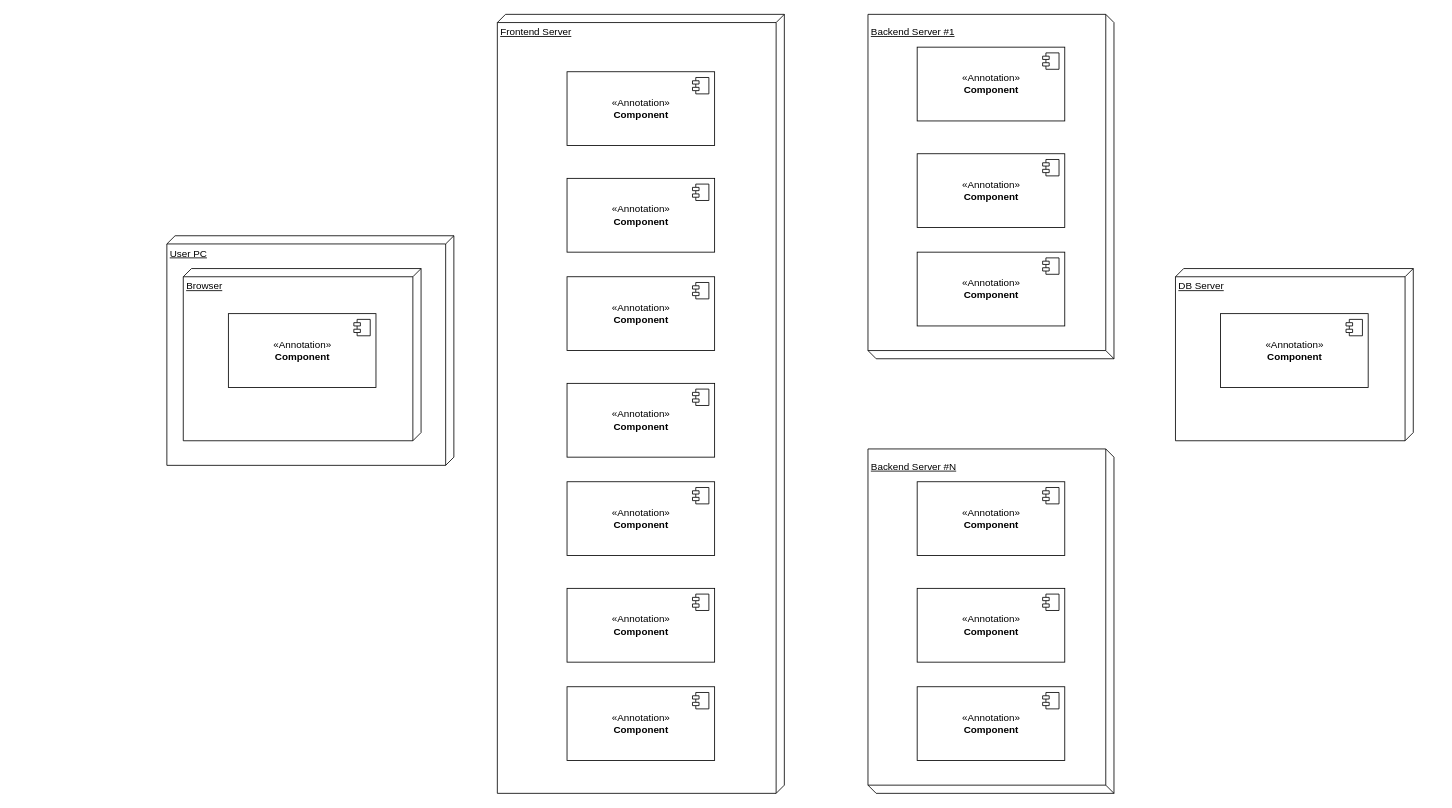
This is Documents/Design/ComponentsAndDeployment/components.drawio from zkud/wannait, a draw.io file, before an edit. Source tidied: cells renumbered, new cells numbered last; positions are measured from the earlier drawing's top-left corner, leaving out a move shared by most shapes. Both pictures are drawn from the tidied source at 82%, with x=0, y=0 at pixel (166, 14).
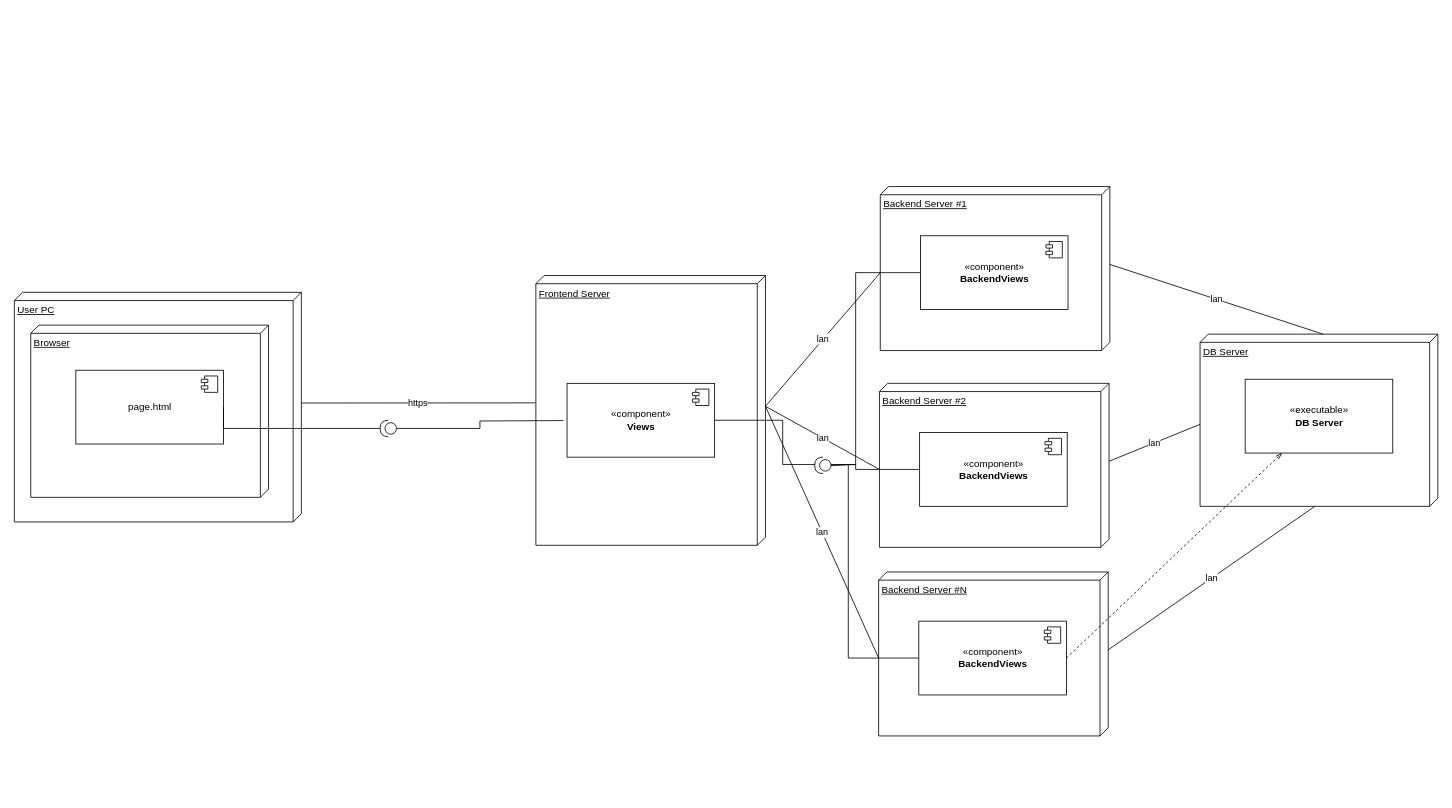
After the change.

Diff of the diagram source:
```diff
@@
-    <mxCell id="2" value="Backend Server #N" style="verticalAlign=top;align=left;spacingTop=8;spacingLeft=2;spacingRight=12;shape=cube;size=10;direction=west;fontStyle=4;html=1;" parent="1" vertex="1">
-      <mxGeometry x="855" y="530" width="300" height="420" as="geometry" />
-    </mxCell>
+    <mxCell id="31" value="Backend Server #1" style="verticalAlign=top;align=left;spacingTop=8;spacingLeft=2;spacingRight=12;shape=cube;size=10;direction=south;fontStyle=4;html=1;" parent="1" vertex="1">
+      <mxGeometry x="870" y="210" width="280" height="200" as="geometry" />
+    </mxCell>
     <mxCell id="3" value="User PC" style="verticalAlign=top;align=left;spacingTop=8;spacingLeft=2;spacingRight=12;shape=cube;size=10;direction=south;fontStyle=4;html=1;" parent="1" vertex="1">
-      <mxGeometry y="270" width="350" height="280" as="geometry" />
+      <mxGeometry x="-186" y="339" width="350" height="280" as="geometry" />
     </mxCell>
     <mxCell id="4" value="Frontend Server" style="verticalAlign=top;align=left;spacingTop=8;spacingLeft=2;spacingRight=12;shape=cube;size=10;direction=south;fontStyle=4;html=1;" parent="1" vertex="1">
-      <mxGeometry x="403" width="350" height="950" as="geometry" />
+      <mxGeometry x="450" y="318.5" width="280" height="329" as="geometry" />
     </mxCell>
     <mxCell id="5" value="Browser" style="verticalAlign=top;align=left;spacingTop=8;spacingLeft=2;spacingRight=12;shape=cube;size=10;direction=south;fontStyle=4;html=1;" parent="1" vertex="1">
-      <mxGeometry x="20" y="310" width="290" height="210" as="geometry" />
+      <mxGeometry x="-166" y="379" width="290" height="210" as="geometry" />
     </mxCell>
-    <mxCell id="6" value="&amp;laquo;Annotation&amp;raquo;&lt;br/&gt;&lt;b&gt;Component&lt;/b&gt;" style="html=1;" parent="1" vertex="1">
-      <mxGeometry x="75" y="365" width="180" height="90" as="geometry" />
+    <mxCell id="6" value="page.html" style="html=1;" parent="1" vertex="1">
+      <mxGeometry x="-111" y="434" width="180" height="90" as="geometry" />
     </mxCell>
@@
-    <mxCell id="8" value="&amp;laquo;Annotation&amp;raquo;&lt;br/&gt;&lt;b&gt;Component&lt;/b&gt;" style="html=1;" parent="1" vertex="1">
-      <mxGeometry x="488" y="70" width="180" height="90" as="geometry" />
+    <mxCell id="8" value="«component»&lt;br&gt;&lt;b&gt;Views&lt;br&gt;&lt;/b&gt;" style="html=1;" parent="1" vertex="1">
+      <mxGeometry x="488" y="450" width="180" height="90" as="geometry" />
     </mxCell>
@@
-    <mxCell id="10" value="&amp;laquo;Annotation&amp;raquo;&lt;br/&gt;&lt;b&gt;Component&lt;/b&gt;" style="html=1;" parent="1" vertex="1">
-      <mxGeometry x="488" y="200" width="180" height="90" as="geometry" />
-    </mxCell>
-    <mxCell id="11" style="shape=component;jettyWidth=8;jettyHeight=4;" parent="10" vertex="1">
-      <mxGeometry x="1" width="20" height="20" relative="1" as="geometry">
-        <mxPoint x="-27" y="7" as="offset" />
-      </mxGeometry>
-    </mxCell>
-    <mxCell id="12" value="&amp;laquo;Annotation&amp;raquo;&lt;br/&gt;&lt;b&gt;Component&lt;/b&gt;" style="html=1;" parent="1" vertex="1">
-      <mxGeometry x="488" y="320" width="180" height="90" as="geometry" />
-    </mxCell>
-    <mxCell id="13" style="shape=component;jettyWidth=8;jettyHeight=4;" parent="12" vertex="1">
-      <mxGeometry x="1" width="20" height="20" relative="1" as="geometry">
-        <mxPoint x="-27" y="7" as="offset" />
-      </mxGeometry>
-    </mxCell>
-    <mxCell id="14" value="&amp;laquo;Annotation&amp;raquo;&lt;br/&gt;&lt;b&gt;Component&lt;/b&gt;" style="html=1;" parent="1" vertex="1">
-      <mxGeometry x="488" y="450" width="180" height="90" as="geometry" />
-    </mxCell>
-    <mxCell id="15" style="shape=component;jettyWidth=8;jettyHeight=4;" parent="14" vertex="1">
-      <mxGeometry x="1" width="20" height="20" relative="1" as="geometry">
-        <mxPoint x="-27" y="7" as="offset" />
-      </mxGeometry>
-    </mxCell>
-    <mxCell id="16" value="&amp;laquo;Annotation&amp;raquo;&lt;br/&gt;&lt;b&gt;Component&lt;/b&gt;" style="html=1;" parent="1" vertex="1">
-      <mxGeometry x="488" y="570" width="180" height="90" as="geometry" />
-    </mxCell>
-    <mxCell id="17" style="shape=component;jettyWidth=8;jettyHeight=4;" parent="16" vertex="1">
-      <mxGeometry x="1" width="20" height="20" relative="1" as="geometry">
-        <mxPoint x="-27" y="7" as="offset" />
-      </mxGeometry>
-    </mxCell>
-    <mxCell id="18" value="&amp;laquo;Annotation&amp;raquo;&lt;br/&gt;&lt;b&gt;Component&lt;/b&gt;" style="html=1;" parent="1" vertex="1">
-      <mxGeometry x="488" y="700" width="180" height="90" as="geometry" />
-    </mxCell>
-    <mxCell id="19" style="shape=component;jettyWidth=8;jettyHeight=4;" parent="18" vertex="1">
-      <mxGeometry x="1" width="20" height="20" relative="1" as="geometry">
-        <mxPoint x="-27" y="7" as="offset" />
-      </mxGeometry>
-    </mxCell>
-    <mxCell id="20" value="&amp;laquo;Annotation&amp;raquo;&lt;br/&gt;&lt;b&gt;Component&lt;/b&gt;" style="html=1;" parent="1" vertex="1">
-      <mxGeometry x="488" y="820" width="180" height="90" as="geometry" />
-    </mxCell>
-    <mxCell id="21" style="shape=component;jettyWidth=8;jettyHeight=4;" parent="20" vertex="1">
-      <mxGeometry x="1" width="20" height="20" relative="1" as="geometry">
-        <mxPoint x="-27" y="7" as="offset" />
-      </mxGeometry>
-    </mxCell>
-    <mxCell id="22" value="&amp;laquo;Annotation&amp;raquo;&lt;br/&gt;&lt;b&gt;Component&lt;/b&gt;" style="html=1;" parent="1" vertex="1">
-      <mxGeometry x="915" y="570" width="180" height="90" as="geometry" />
-    </mxCell>
-    <mxCell id="23" style="shape=component;jettyWidth=8;jettyHeight=4;" parent="22" vertex="1">
-      <mxGeometry x="1" width="20" height="20" relative="1" as="geometry">
-        <mxPoint x="-27" y="7" as="offset" />
-      </mxGeometry>
-    </mxCell>
-    <mxCell id="24" value="&amp;laquo;Annotation&amp;raquo;&lt;br/&gt;&lt;b&gt;Component&lt;/b&gt;" style="html=1;" parent="1" vertex="1">
-      <mxGeometry x="915" y="700" width="180" height="90" as="geometry" />
-    </mxCell>
-    <mxCell id="25" style="shape=component;jettyWidth=8;jettyHeight=4;" parent="24" vertex="1">
-      <mxGeometry x="1" width="20" height="20" relative="1" as="geometry">
-        <mxPoint x="-27" y="7" as="offset" />
-      </mxGeometry>
-    </mxCell>
-    <mxCell id="26" value="&amp;laquo;Annotation&amp;raquo;&lt;br/&gt;&lt;b&gt;Component&lt;/b&gt;" style="html=1;" parent="1" vertex="1">
-      <mxGeometry x="915" y="820" width="180" height="90" as="geometry" />
-    </mxCell>
-    <mxCell id="27" style="shape=component;jettyWidth=8;jettyHeight=4;" parent="26" vertex="1">
-      <mxGeometry x="1" width="20" height="20" relative="1" as="geometry">
-        <mxPoint x="-27" y="7" as="offset" />
-      </mxGeometry>
-    </mxCell>
     <mxCell id="28" value="DB Server" style="verticalAlign=top;align=left;spacingTop=8;spacingLeft=2;spacingRight=12;shape=cube;size=10;direction=south;fontStyle=4;html=1;" parent="1" vertex="1">
-      <mxGeometry x="1230" y="310" width="290" height="210" as="geometry" />
+      <mxGeometry x="1260" y="390" width="290" height="210" as="geometry" />
     </mxCell>
-    <mxCell id="29" value="&amp;laquo;Annotation&amp;raquo;&lt;br/&gt;&lt;b&gt;Component&lt;/b&gt;" style="html=1;" parent="1" vertex="1">
-      <mxGeometry x="1285" y="365" width="180" height="90" as="geometry" />
+    <mxCell id="29" value="&lt;div&gt;«executable»&lt;b&gt;&lt;br&gt;&lt;/b&gt;&lt;/div&gt;&lt;div&gt;&lt;b&gt;DB Server&lt;/b&gt;&lt;br&gt;&lt;/div&gt;" style="html=1;" parent="1" vertex="1">
+      <mxGeometry x="1315" y="445" width="180" height="90" as="geometry" />
     </mxCell>
-    <mxCell id="30" style="shape=component;jettyWidth=8;jettyHeight=4;" parent="29" vertex="1">
+    <mxCell id="30" style="shape=component;jettyWidth=8;jettyHeight=4;strokeColor=none;" parent="29" vertex="1">
       <mxGeometry x="1" width="20" height="20" relative="1" as="geometry">
         <mxPoint x="-27" y="7" as="offset" />
       </mxGeometry>
     </mxCell>
-    <mxCell id="31" value="Backend Server #1" style="verticalAlign=top;align=left;spacingTop=8;spacingLeft=2;spacingRight=12;shape=cube;size=10;direction=west;fontStyle=4;html=1;" parent="1" vertex="1">
-      <mxGeometry x="855" width="300" height="420" as="geometry" />
-    </mxCell>
-    <mxCell id="32" value="&amp;laquo;Annotation&amp;raquo;&lt;br/&gt;&lt;b&gt;Component&lt;/b&gt;" style="html=1;" parent="1" vertex="1">
-      <mxGeometry x="915" y="40" width="180" height="90" as="geometry" />
+    <mxCell id="32" value="&lt;div&gt;«component»&lt;/div&gt;&lt;div&gt;&lt;b&gt;BackendViews&lt;/b&gt;&lt;br&gt;&lt;/div&gt;" style="html=1;" parent="1" vertex="1">
+      <mxGeometry x="919" y="270" width="180" height="90" as="geometry" />
     </mxCell>
@@
-    <mxCell id="34" value="&amp;laquo;Annotation&amp;raquo;&lt;br/&gt;&lt;b&gt;Component&lt;/b&gt;" style="html=1;" parent="1" vertex="1">
-      <mxGeometry x="915" y="170" width="180" height="90" as="geometry" />
-    </mxCell>
-    <mxCell id="35" style="shape=component;jettyWidth=8;jettyHeight=4;" parent="34" vertex="1">
-      <mxGeometry x="1" width="20" height="20" relative="1" as="geometry">
-        <mxPoint x="-27" y="7" as="offset" />
-      </mxGeometry>
-    </mxCell>
-    <mxCell id="36" value="&amp;laquo;Annotation&amp;raquo;&lt;br/&gt;&lt;b&gt;Component&lt;/b&gt;" style="html=1;" parent="1" vertex="1">
-      <mxGeometry x="915" y="290" width="180" height="90" as="geometry" />
-    </mxCell>
-    <mxCell id="37" style="shape=component;jettyWidth=8;jettyHeight=4;" parent="36" vertex="1">
-      <mxGeometry x="1" width="20" height="20" relative="1" as="geometry">
-        <mxPoint x="-27" y="7" as="offset" />
-      </mxGeometry>
-    </mxCell>
+    <mxCell id="38" value="https" style="endArrow=none;html=1;entryX=0;entryY=0;entryDx=135;entryDy=0;entryPerimeter=0;exitX=0.472;exitY=1.002;exitDx=0;exitDy=0;exitPerimeter=0;" parent="1" edge="1" source="4" target="3">
+      <mxGeometry relative="1" as="geometry" />
+    </mxCell>
+    <mxCell id="39" style="edgeStyle=orthogonalEdgeStyle;rounded=0;jettySize=auto;html=1;exitX=1;exitY=0.5;exitDx=0;exitDy=0;exitPerimeter=0;endArrow=none;endFill=0;entryX=1;entryY=0.5;entryDx=0;entryDy=0;" parent="1" edge="1" source="41" target="6">
+      <mxGeometry relative="1" as="geometry">
+        <Array as="points">
+          <mxPoint x="69" y="505" />
+        </Array>
+      </mxGeometry>
+    </mxCell>
+    <mxCell id="40" style="edgeStyle=orthogonalEdgeStyle;rounded=0;jettySize=auto;html=1;exitX=0;exitY=0.5;exitDx=0;exitDy=0;exitPerimeter=0;entryX=0;entryY=0.5;entryDx=0;entryDy=0;endArrow=none;endFill=0;" parent="1" edge="1" source="41">
+      <mxGeometry relative="1" as="geometry">
+        <mxPoint x="483.5" y="495.4" as="targetPoint" />
+      </mxGeometry>
+    </mxCell>
+    <mxCell id="41" style="shape=providedRequiredInterface;html=1;verticalLabelPosition=bottom;rotation=-180;" parent="1" vertex="1">
+      <mxGeometry x="260" y="495" width="20" height="20" as="geometry" />
+    </mxCell>
+    <mxCell id="42" value="Backend Server #2" style="verticalAlign=top;align=left;spacingTop=8;spacingLeft=2;spacingRight=12;shape=cube;size=10;direction=south;fontStyle=4;html=1;" parent="1" vertex="1">
+      <mxGeometry x="869" y="450" width="280" height="200" as="geometry" />
+    </mxCell>
+    <mxCell id="43" style="edgeStyle=orthogonalEdgeStyle;rounded=0;jettySize=auto;html=1;exitX=0;exitY=0.5;exitDx=0;exitDy=0;entryX=0;entryY=0.5;entryDx=0;entryDy=0;entryPerimeter=0;endArrow=none;endFill=0;" parent="1" edge="1" source="44" target="58">
+      <mxGeometry relative="1" as="geometry">
+        <Array as="points">
+          <mxPoint x="840" y="555" />
+          <mxPoint x="840" y="549" />
+        </Array>
+      </mxGeometry>
+    </mxCell>
+    <mxCell id="44" value="&lt;div&gt;«component»&lt;/div&gt;&lt;div&gt;&lt;b&gt;BackendViews&lt;/b&gt;&lt;br&gt;&lt;/div&gt;" style="html=1;" parent="1" vertex="1">
+      <mxGeometry x="918" y="510" width="180" height="90" as="geometry" />
+    </mxCell>
+    <mxCell id="45" style="shape=component;jettyWidth=8;jettyHeight=4;" parent="44" vertex="1">
+      <mxGeometry x="1" width="20" height="20" relative="1" as="geometry">
+        <mxPoint x="-27" y="7" as="offset" />
+      </mxGeometry>
+    </mxCell>
+    <mxCell id="2" value="Backend Server #N" style="verticalAlign=top;align=left;spacingTop=8;spacingLeft=2;spacingRight=12;shape=cube;size=10;direction=south;fontStyle=4;html=1;" parent="1" vertex="1">
+      <mxGeometry x="868" y="680" width="280" height="200" as="geometry" />
+    </mxCell>
+    <mxCell id="46" style="edgeStyle=orthogonalEdgeStyle;rounded=0;jettySize=auto;html=1;exitX=0;exitY=0.5;exitDx=0;exitDy=0;entryX=0;entryY=0.5;entryDx=0;entryDy=0;entryPerimeter=0;endArrow=none;endFill=0;" parent="1" edge="1" source="48" target="58">
+      <mxGeometry relative="1" as="geometry">
+        <Array as="points">
+          <mxPoint x="831" y="785" />
+          <mxPoint x="831" y="549" />
+        </Array>
+      </mxGeometry>
+    </mxCell>
+    <mxCell id="47" style="edgeStyle=none;jettySize=auto;html=1;exitX=1;exitY=0.5;exitDx=0;exitDy=0;entryX=0.25;entryY=1;entryDx=0;entryDy=0;dashed=1;endArrow=openThin;endFill=0;" parent="1" edge="1" source="48" target="29">
+      <mxGeometry relative="1" as="geometry" />
+    </mxCell>
+    <mxCell id="48" value="&lt;div&gt;«component»&lt;/div&gt;&lt;div&gt;&lt;b&gt;BackendViews&lt;/b&gt;&lt;br&gt;&lt;/div&gt;" style="html=1;" parent="1" vertex="1">
+      <mxGeometry x="917" y="740" width="180" height="90" as="geometry" />
+    </mxCell>
+    <mxCell id="49" style="shape=component;jettyWidth=8;jettyHeight=4;" parent="48" vertex="1">
+      <mxGeometry x="1" width="20" height="20" relative="1" as="geometry">
+        <mxPoint x="-27" y="7" as="offset" />
+      </mxGeometry>
+    </mxCell>
+    <mxCell id="50" value="lan" style="endArrow=none;html=1;entryX=0;entryY=0;entryDx=159.5;entryDy=0;entryPerimeter=0;exitX=0;exitY=0;exitDx=105;exitDy=280;exitPerimeter=0;" parent="1" edge="1" source="31" target="4">
+      <mxGeometry relative="1" as="geometry" />
+    </mxCell>
+    <mxCell id="51" value="lan" style="endArrow=none;html=1;entryX=0;entryY=0;entryDx=159.5;entryDy=0;entryPerimeter=0;exitX=0;exitY=0;exitDx=105;exitDy=280;exitPerimeter=0;" parent="1" edge="1" source="42" target="4">
+      <mxGeometry relative="1" as="geometry" />
+    </mxCell>
+    <mxCell id="52" value="lan" style="endArrow=none;html=1;entryX=0;entryY=0;entryDx=159.5;entryDy=0;entryPerimeter=0;exitX=0;exitY=0;exitDx=105;exitDy=280;exitPerimeter=0;" parent="1" edge="1" source="2" target="4">
+      <mxGeometry relative="1" as="geometry" />
+    </mxCell>
+    <mxCell id="53" value="lan" style="endArrow=none;html=1;entryX=0;entryY=0;entryDx=95;entryDy=0;entryPerimeter=0;exitX=0;exitY=0;exitDx=210;exitDy=150;exitPerimeter=0;" parent="1" edge="1" source="28" target="2">
+      <mxGeometry relative="1" as="geometry" />
+    </mxCell>
+    <mxCell id="54" value="lan" style="endArrow=none;html=1;entryX=0;entryY=0;entryDx=95;entryDy=0;entryPerimeter=0;exitX=0;exitY=0;exitDx=110;exitDy=290;exitPerimeter=0;" parent="1" edge="1" source="28" target="42">
+      <mxGeometry relative="1" as="geometry" />
+    </mxCell>
+    <mxCell id="55" value="lan" style="endArrow=none;html=1;entryX=0;entryY=0;entryDx=95;entryDy=0;entryPerimeter=0;exitX=0;exitY=0;exitDx=0;exitDy=140;exitPerimeter=0;" parent="1" edge="1" source="28" target="31">
+      <mxGeometry relative="1" as="geometry" />
+    </mxCell>
+    <mxCell id="56" style="edgeStyle=orthogonalEdgeStyle;rounded=0;jettySize=auto;html=1;exitX=0;exitY=0.5;exitDx=0;exitDy=0;exitPerimeter=0;entryX=0;entryY=0.5;entryDx=0;entryDy=0;endArrow=none;endFill=0;" parent="1" edge="1" source="58" target="32">
+      <mxGeometry relative="1" as="geometry">
+        <Array as="points">
+          <mxPoint x="840" y="549" />
+          <mxPoint x="840" y="315" />
+        </Array>
+      </mxGeometry>
+    </mxCell>
+    <mxCell id="57" style="edgeStyle=orthogonalEdgeStyle;rounded=0;jettySize=auto;html=1;exitX=1;exitY=0.5;exitDx=0;exitDy=0;exitPerimeter=0;entryX=1;entryY=0.5;entryDx=0;entryDy=0;endArrow=none;endFill=0;" parent="1" edge="1" source="58" target="8">
+      <mxGeometry relative="1" as="geometry">
+        <Array as="points">
+          <mxPoint x="751" y="549" />
+          <mxPoint x="751" y="495" />
+        </Array>
+      </mxGeometry>
+    </mxCell>
+    <mxCell id="58" style="shape=providedRequiredInterface;html=1;verticalLabelPosition=bottom;rotation=-180;" parent="1" vertex="1">
+      <mxGeometry x="790" y="540" width="20" height="20" as="geometry" />
+    </mxCell>
```
